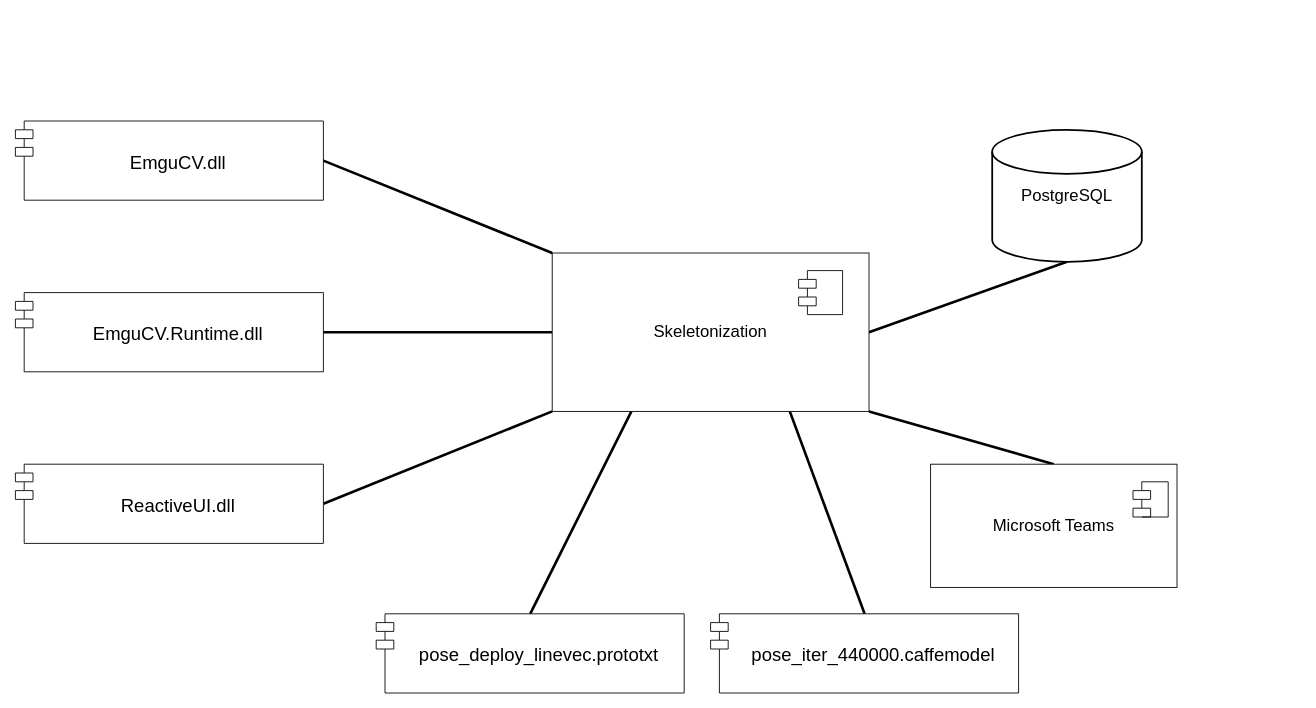
GoldGreen/Skeletonization keeps this draw.io diagram as page "Components" (5 of 8) of Engineering/Main-diagrams.drawio. Above is the earlier version. Source tidied: cells renumbered, new cells numbered last; positions are measured from the earlier drawing's top-left corner, leaving out a move shared by most shapes. Both pictures are drawn from the tidied source at 88%, with x=0, y=0 at pixel (15, 121).
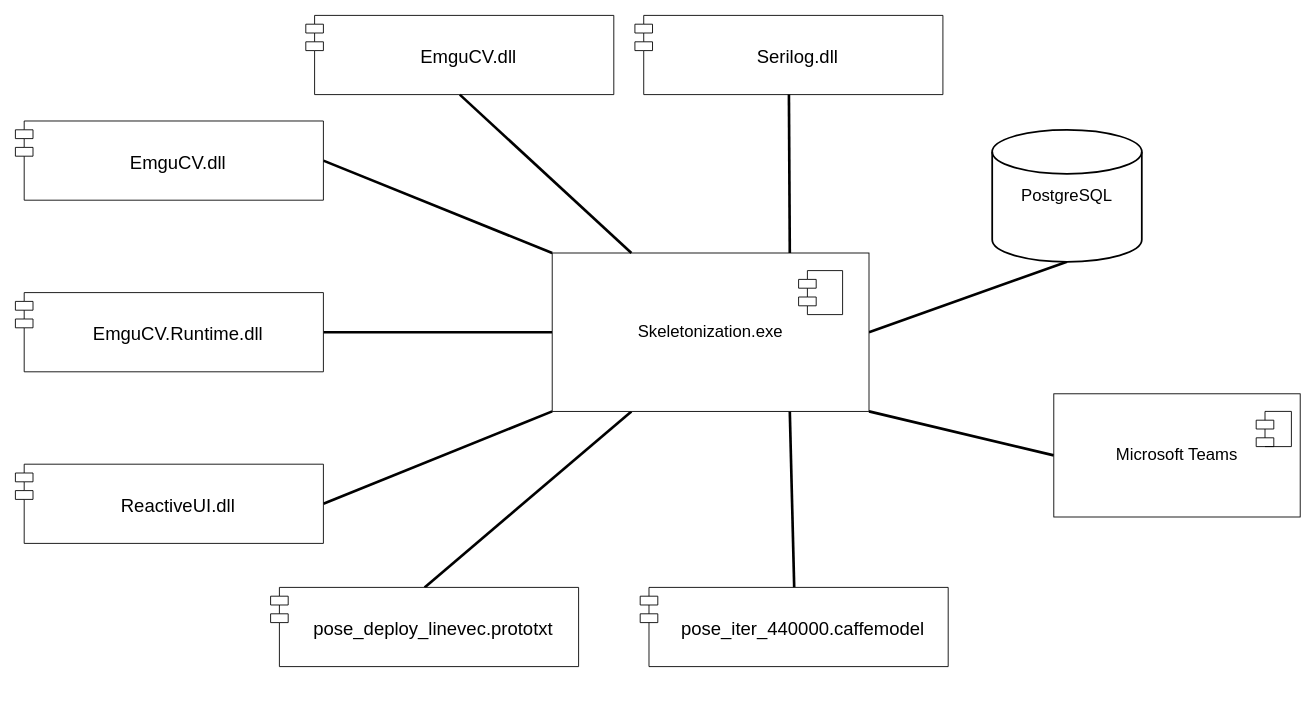
After the change.

Diff of the diagram source:
```diff
@@
-    <mxCell id="7" style="edgeStyle=none;rounded=0;jettySize=auto;html=1;exitX=1;exitY=1;exitDx=0;exitDy=0;entryX=0.5;entryY=0;entryDx=0;entryDy=0;endArrow=none;endFill=0;strokeWidth=3;" parent="1" edge="1" source="9" target="12">
+    <mxCell id="7" style="edgeStyle=none;rounded=0;jettySize=auto;html=1;exitX=1;exitY=1;exitDx=0;exitDy=0;entryX=0;entryY=0.5;entryDx=0;entryDy=0;endArrow=none;endFill=0;strokeWidth=3;" parent="1" edge="1" source="9" target="12">
       <mxGeometry relative="1" as="geometry" />
     </mxCell>
@@
-    <mxCell id="9" value="Skeletonization" style="rounded=0;whiteSpace=wrap;html=1;fontSize=19;" parent="1" vertex="1">
+    <mxCell id="9" value="Skeletonization.exe" style="rounded=0;whiteSpace=wrap;html=1;fontSize=19;" parent="1" vertex="1">
       <mxGeometry x="610" y="150" width="360" height="180" as="geometry" />
     </mxCell>
@@
     <mxCell id="12" value="Microsoft Teams" style="rounded=0;whiteSpace=wrap;html=1;fontSize=19;" parent="1" vertex="1">
-      <mxGeometry x="1040" y="390" width="280" height="140" as="geometry" />
+      <mxGeometry x="1180" y="310" width="280" height="140" as="geometry" />
     </mxCell>
     <mxCell id="13" style="shape=module;align=left;spacingLeft=20;align=center;verticalAlign=top;" parent="1" vertex="1">
-      <mxGeometry x="1270" y="410" width="40" height="40" as="geometry" />
+      <mxGeometry x="1410" y="330" width="40" height="40" as="geometry" />
     </mxCell>
     <mxCell id="14" value="pose_deploy_linevec.prototxt" style="shape=module;align=left;spacingLeft=20;align=center;verticalAlign=middle;fontSize=21;" parent="1" vertex="1">
-      <mxGeometry x="410" y="560" width="350" height="90" as="geometry" />
+      <mxGeometry x="290" y="530" width="350" height="90" as="geometry" />
     </mxCell>
     <mxCell id="15" value="pose_iter_440000.caffemodel" style="shape=module;align=left;spacingLeft=20;align=center;verticalAlign=middle;fontSize=21;" parent="1" vertex="1">
-      <mxGeometry x="790" y="560" width="350" height="90" as="geometry" />
+      <mxGeometry x="710" y="530" width="350" height="90" as="geometry" />
     </mxCell>
@@
+    <mxCell id="19" value="EmguCV.dll" style="shape=module;align=left;spacingLeft=20;align=center;verticalAlign=middle;fontSize=21;" parent="1" vertex="1">
+      <mxGeometry x="330" y="-120" width="350" height="90" as="geometry" />
+    </mxCell>
+    <mxCell id="20" style="rounded=0;jettySize=auto;html=1;exitX=0.25;exitY=0;exitDx=0;exitDy=0;entryX=0.5;entryY=1;entryDx=0;entryDy=0;endArrow=none;endFill=0;strokeWidth=3;" parent="1" edge="1" source="9" target="19">
+      <mxGeometry relative="1" as="geometry" />
+    </mxCell>
+    <mxCell id="21" value="Serilog.dll" style="shape=module;align=left;spacingLeft=20;align=center;verticalAlign=middle;fontSize=21;" parent="1" vertex="1">
+      <mxGeometry x="704" y="-120" width="350" height="90" as="geometry" />
+    </mxCell>
+    <mxCell id="22" style="rounded=0;jettySize=auto;html=1;exitX=0.75;exitY=0;exitDx=0;exitDy=0;entryX=0.5;entryY=1;entryDx=0;entryDy=0;endArrow=none;endFill=0;strokeWidth=3;" parent="1" edge="1" source="9" target="21">
+      <mxGeometry relative="1" as="geometry" />
+    </mxCell>
```
